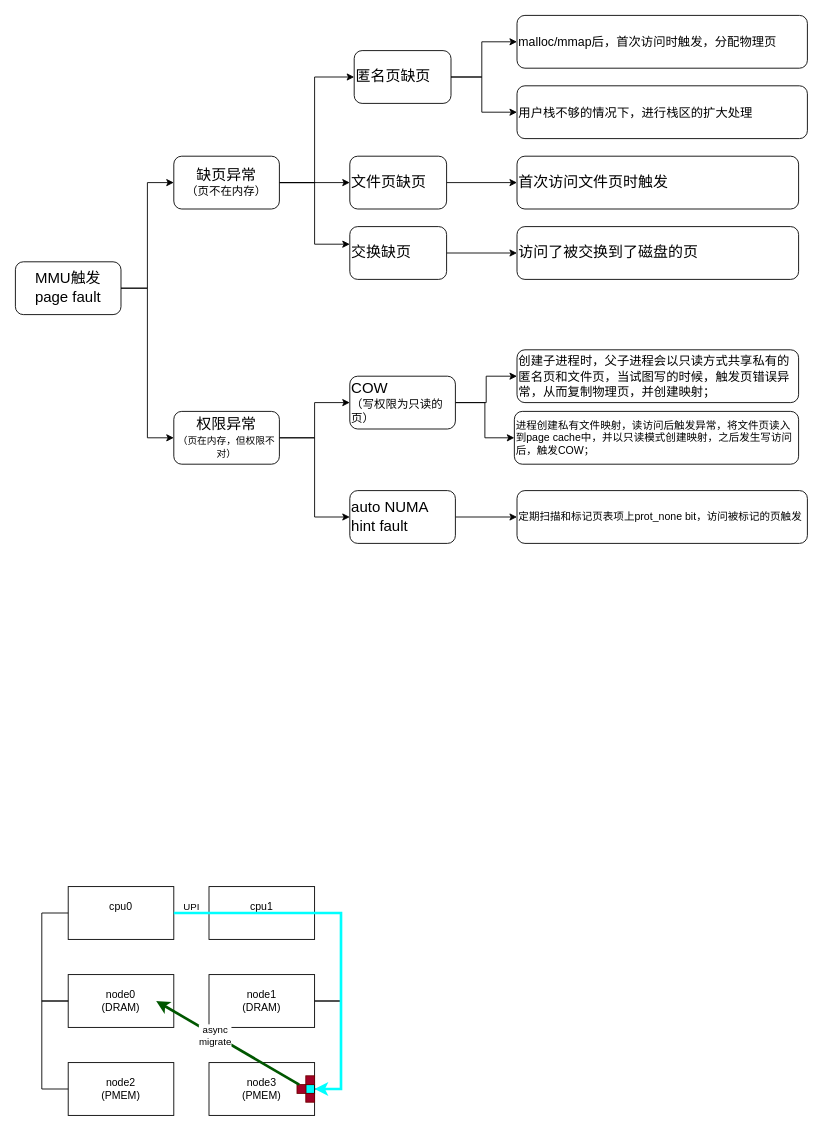
Earlier version of the draw.io diagram Untitled Diagram.drawio (skpupil/lc_note). Source tidied: cells renumbered, new cells numbered last; positions are measured from the earlier drawing's top-left corner, leaving out a move shared by most shapes. Both pictures are drawn from the tidied source at 88%, with x=0, y=0 at pixel (15, 15).
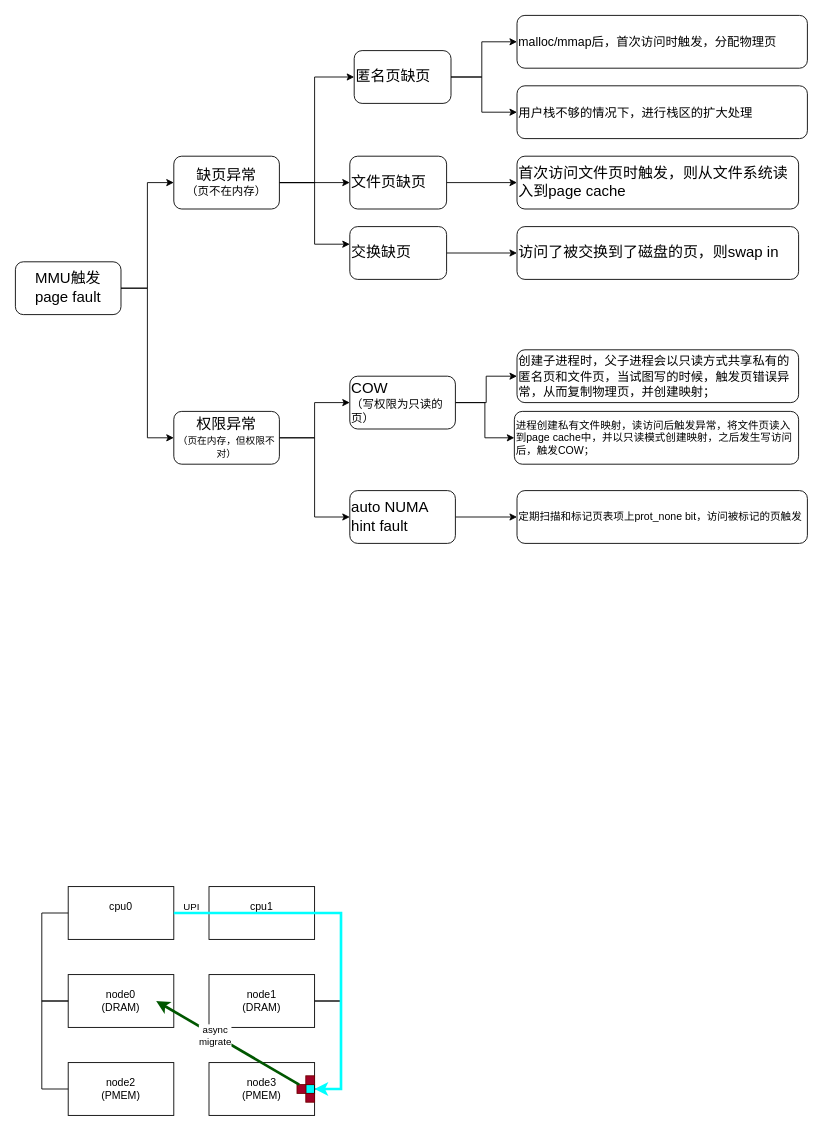
Above is the later version.

The edit, as a diff of the source:
```diff
@@
-    <mxCell id="26" value="&lt;span style=&quot;font-size: 17px&quot;&gt;首次访问文件页时触发&lt;/span&gt;" style="rounded=1;whiteSpace=wrap;html=1;align=left;" parent="1" vertex="1">
+    <mxCell id="26" value="&lt;span style=&quot;font-size: 17px&quot;&gt;首次访问文件页时触发，则从文件系统读入到page cache&lt;/span&gt;" style="rounded=1;whiteSpace=wrap;html=1;align=left;" parent="1" vertex="1">
       <mxGeometry x="570" y="160" width="320" height="60" as="geometry" />
     </mxCell>
-    <mxCell id="27" value="&lt;span style=&quot;font-size: 17px&quot;&gt;访问了被交换到了磁盘的页&lt;/span&gt;" style="rounded=1;whiteSpace=wrap;html=1;align=left;" parent="1" vertex="1">
+    <mxCell id="27" value="&lt;span style=&quot;font-size: 17px&quot;&gt;访问了被交换到了磁盘的页，则swap in&lt;/span&gt;" style="rounded=1;whiteSpace=wrap;html=1;align=left;" parent="1" vertex="1">
       <mxGeometry x="570" y="240" width="320" height="60" as="geometry" />
     </mxCell>
```
